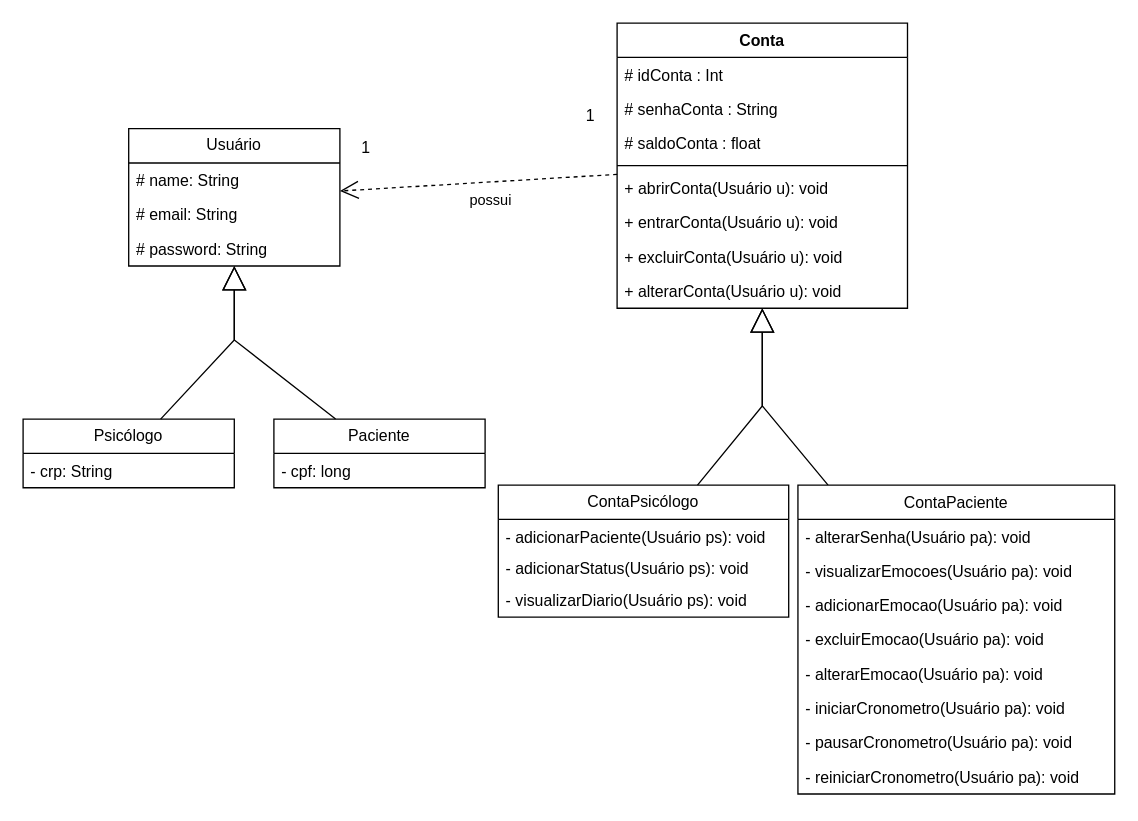
The draw.io diagram ClassesMyPeace.drawio in RebecaVieiraM/Diagramas, before the edit. Source tidied: cells renumbered, new cells numbered last; positions are measured from the earlier drawing's top-left corner, leaving out a move shared by most shapes. Both pictures are drawn from the tidied source at 132%, with x=0, y=0 at pixel (22, 22).
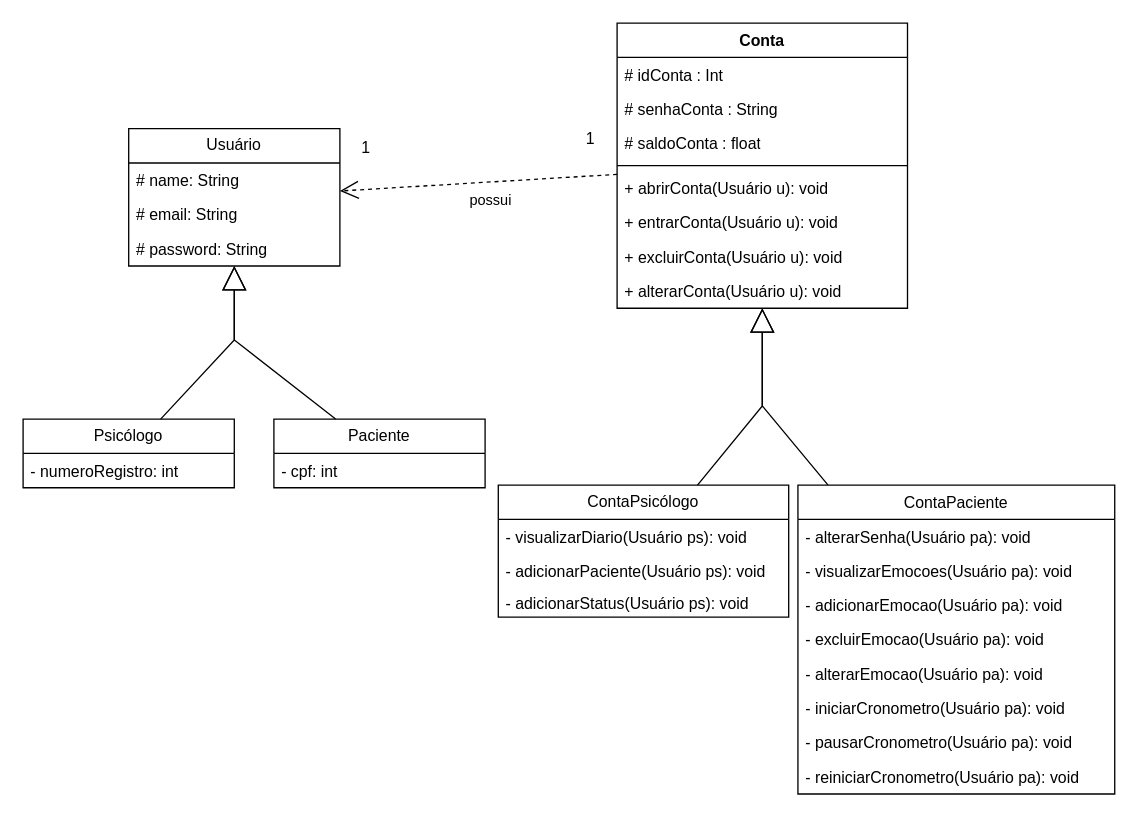
After the change.

The change refers to these unchanged cells:
```xml
<mxCell id="2" value="Psicólogo" style="swimlane;fontStyle=0;horizontal=1;startSize=26;fillColor=none;whiteSpace=wrap;html=1;" parent="1" vertex="1">
  <mxGeometry y="300" width="160" height="52" as="geometry" />
</mxCell>
<mxCell id="4" value="Paciente" style="swimlane;fontStyle=0;horizontal=1;startSize=26;fillColor=none;whiteSpace=wrap;html=1;" parent="1" vertex="1">
  <mxGeometry x="190" y="300" width="160" height="52" as="geometry" />
</mxCell>
<mxCell id="24" value="ContaPsicólogo" style="swimlane;fontStyle=0;horizontal=1;startSize=26;fillColor=none;whiteSpace=wrap;html=1;" parent="1" vertex="1">
  <mxGeometry x="360" y="350" width="220" height="100" as="geometry" />
</mxCell>
```

The edit, as a diff of the source:
```diff
@@
-    <mxCell id="3" value="- crp: String" style="text;strokeColor=none;fillColor=none;align=left;verticalAlign=top;spacingLeft=4;spacingRight=4;overflow=hidden;whiteSpace=wrap;html=1;" parent="2" vertex="1">
+    <mxCell id="3" value="- numeroRegistro: int" style="text;strokeColor=none;fillColor=none;align=left;verticalAlign=top;spacingLeft=4;spacingRight=4;overflow=hidden;whiteSpace=wrap;html=1;" parent="2" vertex="1">
       <mxGeometry y="26" width="160" height="26" as="geometry" />
     </mxCell>
@@
-    <mxCell id="5" value="- cpf&lt;span style=&quot;background-color: initial;&quot;&gt;: long&lt;/span&gt;" style="text;strokeColor=none;fillColor=none;align=left;verticalAlign=top;spacingLeft=4;spacingRight=4;overflow=hidden;whiteSpace=wrap;html=1;" parent="4" vertex="1">
+    <mxCell id="5" value="- cpf&lt;span style=&quot;background-color: initial;&quot;&gt;: int&lt;/span&gt;" style="text;strokeColor=none;fillColor=none;align=left;verticalAlign=top;spacingLeft=4;spacingRight=4;overflow=hidden;whiteSpace=wrap;html=1;" parent="4" vertex="1">
       <mxGeometry y="26" width="160" height="26" as="geometry" />
     </mxCell>
@@
     <mxCell id="17" value="1" style="text;html=1;align=center;verticalAlign=middle;whiteSpace=wrap;rounded=0;" parent="1" vertex="1">
-      <mxGeometry x="400" y="56" width="60" height="30" as="geometry" />
+      <mxGeometry x="400" y="56" width="60" height="64" as="geometry" />
     </mxCell>
@@
+    <mxCell id="27" value="- visualizarDiario(Usuário ps): void" style="text;strokeColor=none;fillColor=none;align=left;verticalAlign=top;spacingLeft=4;spacingRight=4;overflow=hidden;whiteSpace=wrap;html=1;" parent="24" vertex="1">
+      <mxGeometry y="26" width="220" height="26" as="geometry" />
+    </mxCell>
     <mxCell id="25" value="- adicionarPaciente(Usuário ps): void" style="text;strokeColor=none;fillColor=none;align=left;verticalAlign=top;spacingLeft=4;spacingRight=4;overflow=hidden;whiteSpace=wrap;html=1;" parent="24" vertex="1">
-      <mxGeometry y="26" width="220" height="24" as="geometry" />
+      <mxGeometry y="52" width="220" height="24" as="geometry" />
     </mxCell>
     <mxCell id="26" value="- adicionarStatus(Usuário ps): void" style="text;strokeColor=none;fillColor=none;align=left;verticalAlign=top;spacingLeft=4;spacingRight=4;overflow=hidden;whiteSpace=wrap;html=1;" parent="24" vertex="1">
-      <mxGeometry y="50" width="220" height="24" as="geometry" />
+      <mxGeometry y="76" width="220" height="24" as="geometry" />
     </mxCell>
-    <mxCell id="27" value="- visualizarDiario(Usuário ps): void" style="text;strokeColor=none;fillColor=none;align=left;verticalAlign=top;spacingLeft=4;spacingRight=4;overflow=hidden;whiteSpace=wrap;html=1;" parent="24" vertex="1">
-      <mxGeometry y="74" width="220" height="26" as="geometry" />
-    </mxCell>
```
